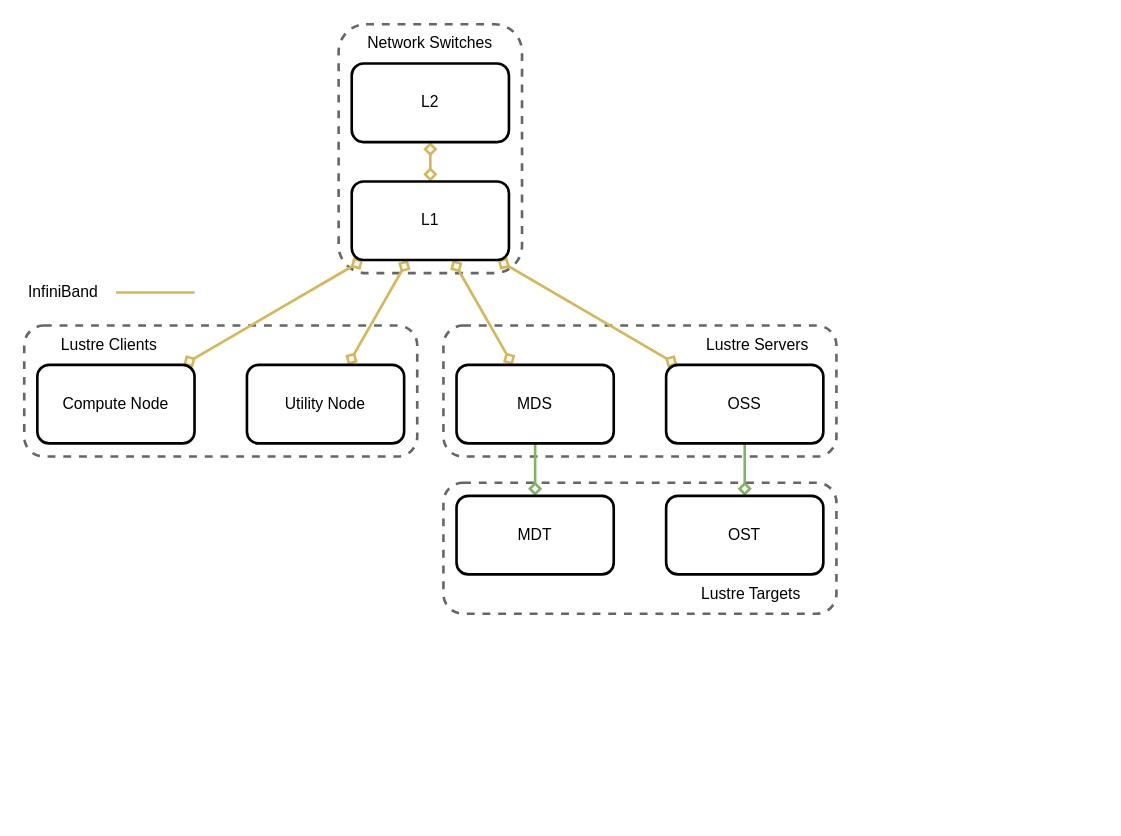
Before: content/figures/puhti-hardware.drawio in jaantollander/masters-thesis, a draw.io diagram. Source tidied: cells renumbered, new cells numbered last; positions are measured from the earlier drawing's top-left corner, leaving out a move shared by most shapes. Both pictures are drawn from the tidied source at 131%, with x=0, y=0 at pixel (24, 24).
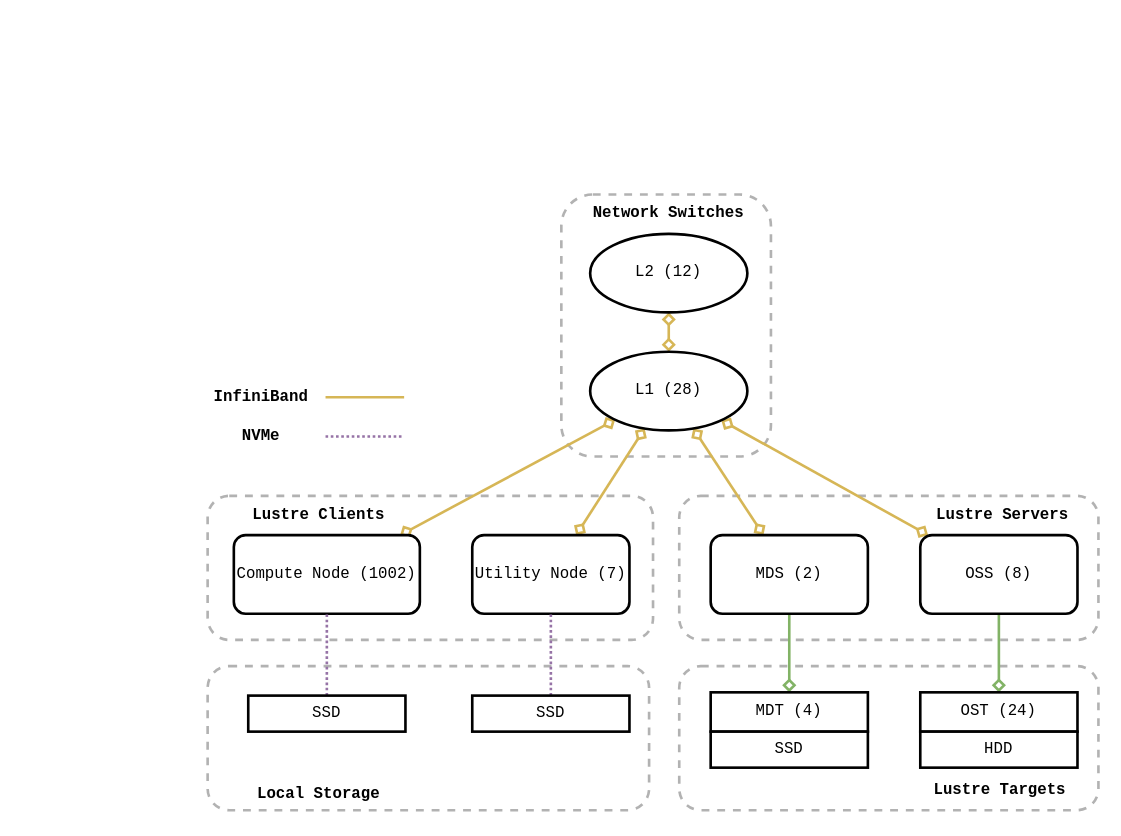
The same page after the edit.

Commit message (it also covers changes not shown here):
puhti configuration

What changed in the source:
```diff
@@
+    <mxCell id="27" style="rounded=1;whiteSpace=wrap;html=1;fillColor=none;dashed=1;fontColor=#333333;strokeColor=#666666;sketch=0;strokeWidth=2;fontFamily=Courier New;opacity=50;" parent="1" vertex="1">
+      <mxGeometry x="140" y="490" width="337" height="110" as="geometry" />
+    </mxCell>
-    <mxCell id="2" style="rounded=1;whiteSpace=wrap;html=1;fillColor=none;dashed=1;fontColor=#333333;strokeColor=#666666;sketch=0;strokeWidth=2;" parent="1" vertex="1">
-      <mxGeometry y="230" width="300" height="100" as="geometry" />
+    <mxCell id="2" style="rounded=1;whiteSpace=wrap;html=1;fillColor=none;dashed=1;fontColor=#333333;strokeColor=#666666;sketch=0;strokeWidth=2;fontFamily=Courier New;opacity=50;" parent="1" vertex="1">
+      <mxGeometry x="140" y="360" width="340" height="110" as="geometry" />
     </mxCell>
-    <mxCell id="3" style="rounded=1;whiteSpace=wrap;html=1;dashed=1;fillColor=none;fontColor=#333333;strokeColor=#666666;sketch=0;strokeWidth=2;" parent="1" vertex="1">
-      <mxGeometry x="320" y="230" width="300" height="100" as="geometry" />
+    <mxCell id="3" style="rounded=1;whiteSpace=wrap;html=1;dashed=1;fillColor=none;fontColor=#333333;strokeColor=#666666;sketch=0;strokeWidth=2;fontFamily=Courier New;opacity=50;" parent="1" vertex="1">
+      <mxGeometry x="500" y="360" width="320" height="110" as="geometry" />
     </mxCell>
-    <mxCell id="4" style="rounded=1;whiteSpace=wrap;html=1;dashed=1;fillColor=none;fontColor=#333333;strokeColor=#666666;sketch=0;strokeWidth=2;" parent="1" vertex="1">
-      <mxGeometry x="320" y="350" width="300" height="100" as="geometry" />
+    <mxCell id="4" style="rounded=1;whiteSpace=wrap;html=1;dashed=1;fillColor=none;fontColor=#333333;strokeColor=#666666;sketch=0;strokeWidth=2;fontFamily=Courier New;opacity=50;" parent="1" vertex="1">
+      <mxGeometry x="500" y="490" width="320" height="110" as="geometry" />
     </mxCell>
-    <mxCell id="5" style="rounded=1;whiteSpace=wrap;html=1;dashed=1;fillColor=none;shadow=0;sketch=0;glass=0;fontColor=#333333;strokeColor=#666666;strokeWidth=2;" parent="1" vertex="1">
-      <mxGeometry x="240" width="140" height="190" as="geometry" />
+    <mxCell id="5" style="rounded=1;whiteSpace=wrap;html=1;dashed=1;fillColor=none;shadow=0;sketch=0;glass=0;fontColor=#333333;strokeColor=#666666;strokeWidth=2;fontFamily=Courier New;opacity=50;" parent="1" vertex="1">
+      <mxGeometry x="410" y="130" width="160" height="200" as="geometry" />
     </mxCell>
-    <mxCell id="6" style="rounded=0;jettySize=auto;html=1;fillColor=#fff2cc;strokeColor=#d6b656;startArrow=diamond;startFill=0;endArrow=diamond;endFill=0;strokeWidth=2;" parent="1" edge="1" source="7" target="17">
+    <mxCell id="6" style="rounded=0;jettySize=auto;html=1;fillColor=#fff2cc;strokeColor=#d6b656;startArrow=diamond;startFill=0;endArrow=diamond;endFill=0;strokeWidth=2;fontFamily=Courier New;" parent="1" edge="1" source="7" target="17">
       <mxGeometry relative="1" as="geometry" />
     </mxCell>
-    <mxCell id="7" value="Compute Node" style="rounded=1;whiteSpace=wrap;html=1;strokeWidth=2;" parent="1" vertex="1">
-      <mxGeometry x="10" y="260" width="120" height="60" as="geometry" />
+    <mxCell id="7" value="Compute Node (1002)" style="rounded=1;whiteSpace=wrap;html=1;strokeWidth=2;fontFamily=Courier New;" parent="1" vertex="1">
+      <mxGeometry x="160" y="390" width="142" height="60" as="geometry" />
     </mxCell>
-    <mxCell id="8" style="edgeStyle=none;rounded=0;jettySize=auto;html=1;fillColor=#fff2cc;strokeColor=#d6b656;endArrow=diamond;endFill=0;strokeWidth=2;startArrow=diamond;startFill=0;" parent="1" edge="1" source="9" target="17">
+    <mxCell id="8" style="edgeStyle=none;rounded=0;jettySize=auto;html=1;fillColor=#fff2cc;strokeColor=#d6b656;endArrow=diamond;endFill=0;strokeWidth=2;startArrow=diamond;startFill=0;fontFamily=Courier New;" parent="1" edge="1" source="9" target="17">
       <mxGeometry relative="1" as="geometry" />
     </mxCell>
-    <mxCell id="9" value="Utility Node" style="rounded=1;whiteSpace=wrap;html=1;strokeWidth=2;" parent="1" vertex="1">
-      <mxGeometry x="170" y="260" width="120" height="60" as="geometry" />
+    <mxCell id="9" value="Utility Node (7)" style="rounded=1;whiteSpace=wrap;html=1;strokeWidth=2;fontFamily=Courier New;" parent="1" vertex="1">
+      <mxGeometry x="342" y="390" width="120" height="60" as="geometry" />
     </mxCell>
-    <mxCell id="10" style="edgeStyle=none;rounded=0;jettySize=auto;html=1;fillColor=#fff2cc;strokeColor=#d6b656;endArrow=diamond;endFill=0;strokeWidth=2;startArrow=diamond;startFill=0;" parent="1" edge="1" source="12" target="17">
+    <mxCell id="10" style="edgeStyle=none;rounded=0;jettySize=auto;html=1;fillColor=#fff2cc;strokeColor=#d6b656;endArrow=diamond;endFill=0;strokeWidth=2;startArrow=diamond;startFill=0;fontFamily=Courier New;" parent="1" edge="1" source="12" target="17">
       <mxGeometry relative="1" as="geometry" />
     </mxCell>
-    <mxCell id="11" style="edgeStyle=none;rounded=0;jettySize=auto;html=1;fillColor=#d5e8d4;strokeColor=#82b366;endArrow=diamond;endFill=0;strokeWidth=2;" parent="1" edge="1" source="12" target="18">
+    <mxCell id="11" style="edgeStyle=none;rounded=0;jettySize=auto;html=1;fillColor=#d5e8d4;strokeColor=#82b366;endArrow=diamond;endFill=0;strokeWidth=2;fontFamily=Courier New;" parent="1" edge="1" source="12" target="18">
       <mxGeometry relative="1" as="geometry" />
     </mxCell>
-    <mxCell id="12" value="MDS" style="rounded=1;whiteSpace=wrap;html=1;strokeWidth=2;" parent="1" vertex="1">
-      <mxGeometry x="330" y="260" width="120" height="60" as="geometry" />
+    <mxCell id="12" value="MDS (2)" style="rounded=1;whiteSpace=wrap;html=1;strokeWidth=2;fontFamily=Courier New;" parent="1" vertex="1">
+      <mxGeometry x="524" y="390" width="120" height="60" as="geometry" />
     </mxCell>
-    <mxCell id="13" style="edgeStyle=none;rounded=0;jettySize=auto;html=1;fillColor=#fff2cc;strokeColor=#d6b656;endArrow=diamond;endFill=0;strokeWidth=2;startArrow=diamond;startFill=0;" parent="1" edge="1" source="15" target="17">
+    <mxCell id="13" style="edgeStyle=none;rounded=0;jettySize=auto;html=1;fillColor=#fff2cc;strokeColor=#d6b656;endArrow=diamond;endFill=0;strokeWidth=2;startArrow=diamond;startFill=0;fontFamily=Courier New;" parent="1" edge="1" source="15" target="17">
       <mxGeometry relative="1" as="geometry" />
     </mxCell>
-    <mxCell id="14" style="edgeStyle=none;rounded=0;jettySize=auto;html=1;entryX=0.5;entryY=0;entryDx=0;entryDy=0;fillColor=#d5e8d4;strokeColor=#82b366;endArrow=diamond;endFill=0;strokeWidth=2;" parent="1" edge="1" source="15" target="19">
+    <mxCell id="14" style="edgeStyle=none;rounded=0;jettySize=auto;html=1;entryX=0.5;entryY=0;entryDx=0;entryDy=0;fillColor=#d5e8d4;strokeColor=#82b366;endArrow=diamond;endFill=0;strokeWidth=2;fontFamily=Courier New;" parent="1" edge="1" source="15" target="19">
       <mxGeometry relative="1" as="geometry" />
     </mxCell>
-    <mxCell id="15" value="OSS" style="rounded=1;whiteSpace=wrap;html=1;strokeWidth=2;" parent="1" vertex="1">
-      <mxGeometry x="490" y="260" width="120" height="60" as="geometry" />
+    <mxCell id="15" value="OSS (8)" style="rounded=1;whiteSpace=wrap;html=1;strokeWidth=2;fontFamily=Courier New;" parent="1" vertex="1">
+      <mxGeometry x="684" y="390" width="120" height="60" as="geometry" />
     </mxCell>
-    <mxCell id="16" style="rounded=0;jettySize=auto;html=1;strokeWidth=2;endArrow=diamond;endFill=0;startArrow=diamond;startFill=0;fillColor=#fff2cc;strokeColor=#d6b656;" parent="1" edge="1" source="17" target="23">
+    <mxCell id="16" style="rounded=0;jettySize=auto;html=1;strokeWidth=2;endArrow=diamond;endFill=0;startArrow=diamond;startFill=0;fillColor=#fff2cc;strokeColor=#d6b656;fontFamily=Courier New;" parent="1" edge="1" source="17" target="23">
       <mxGeometry relative="1" as="geometry" />
     </mxCell>
-    <mxCell id="17" value="&lt;div&gt;L1&lt;/div&gt;" style="rounded=1;whiteSpace=wrap;html=1;strokeWidth=2;" parent="1" vertex="1">
-      <mxGeometry x="250" y="120" width="120" height="60" as="geometry" />
+    <mxCell id="17" value="&lt;div&gt;L1&amp;nbsp;&lt;span style=&quot;background-color: initial;&quot;&gt;(28)&lt;/span&gt;&lt;/div&gt;" style="ellipse;whiteSpace=wrap;html=1;fontFamily=Courier New;fontSize=12;fontColor=default;align=center;strokeColor=default;strokeWidth=2;fillColor=default;" parent="1" vertex="1">
+      <mxGeometry x="432" y="250" width="120" height="60" as="geometry" />
     </mxCell>
-    <mxCell id="18" value="MDT" style="rounded=1;whiteSpace=wrap;html=1;strokeWidth=2;" parent="1" vertex="1">
-      <mxGeometry x="330" y="360" width="120" height="60" as="geometry" />
+    <mxCell id="18" value="MDT (4)" style="rounded=0;whiteSpace=wrap;html=1;fontFamily=Courier New;fontSize=12;fontColor=default;align=center;strokeColor=default;strokeWidth=2;fillColor=default;" parent="1" vertex="1">
+      <mxGeometry x="524" y="510" width="120" height="30" as="geometry" />
     </mxCell>
-    <mxCell id="19" value="OST" style="rounded=1;whiteSpace=wrap;html=1;strokeWidth=2;" parent="1" vertex="1">
-      <mxGeometry x="490" y="360" width="120" height="60" as="geometry" />
+    <mxCell id="19" value="OST (24)" style="rounded=0;whiteSpace=wrap;html=1;fontFamily=Courier New;fontSize=12;fontColor=default;align=center;strokeColor=default;strokeWidth=2;fillColor=default;" parent="1" vertex="1">
+      <mxGeometry x="684" y="510" width="120" height="30" as="geometry" />
     </mxCell>
-    <mxCell id="20" value="Lustre Servers" style="text;html=1;strokeColor=none;fillColor=none;align=center;verticalAlign=middle;whiteSpace=wrap;rounded=0;dashed=1;" parent="1" vertex="1">
-      <mxGeometry x="510" y="230" width="100" height="30" as="geometry" />
+    <mxCell id="20" value="Lustre Servers" style="text;html=1;strokeColor=none;fillColor=none;align=center;verticalAlign=middle;whiteSpace=wrap;rounded=0;dashed=1;fontFamily=Courier New;fontStyle=1;" parent="1" vertex="1">
+      <mxGeometry x="690" y="360" width="114" height="30" as="geometry" />
     </mxCell>
-    <mxCell id="21" value="&lt;div&gt;Lustre Clients&lt;/div&gt;" style="text;html=1;strokeColor=none;fillColor=none;align=center;verticalAlign=middle;whiteSpace=wrap;rounded=0;dashed=1;" parent="1" vertex="1">
-      <mxGeometry y="230" width="130" height="30" as="geometry" />
+    <mxCell id="21" value="&lt;div&gt;Lustre Clients&lt;/div&gt;" style="text;html=1;strokeColor=none;fillColor=none;align=center;verticalAlign=middle;whiteSpace=wrap;rounded=0;dashed=1;fontFamily=Courier New;fontStyle=1;" parent="1" vertex="1">
+      <mxGeometry x="160" y="360" width="130" height="30" as="geometry" />
     </mxCell>
-    <mxCell id="22" value="Lustre Targets" style="text;html=1;strokeColor=none;fillColor=none;align=center;verticalAlign=middle;whiteSpace=wrap;rounded=0;dashed=1;" parent="1" vertex="1">
-      <mxGeometry x="500" y="420" width="110" height="30" as="geometry" />
+    <mxCell id="22" value="Lustre Targets" style="text;html=1;strokeColor=none;fillColor=none;align=center;verticalAlign=middle;whiteSpace=wrap;rounded=0;dashed=1;fontFamily=Courier New;fontStyle=1;" parent="1" vertex="1">
+      <mxGeometry x="684" y="570" width="122" height="30" as="geometry" />
     </mxCell>
-    <mxCell id="23" value="L2" style="rounded=1;whiteSpace=wrap;html=1;fillColor=default;strokeWidth=2;" parent="1" vertex="1">
-      <mxGeometry x="250" y="30" width="120" height="60" as="geometry" />
+    <mxCell id="23" value="L2 (12)" style="ellipse;whiteSpace=wrap;html=1;fontFamily=Courier New;fontSize=12;fontColor=default;align=center;strokeColor=default;strokeWidth=2;fillColor=default;" parent="1" vertex="1">
+      <mxGeometry x="432" y="160" width="120" height="60" as="geometry" />
     </mxCell>
-    <mxCell id="24" value="Network Switches" style="text;html=1;strokeColor=none;fillColor=none;align=center;verticalAlign=middle;whiteSpace=wrap;rounded=0;" parent="1" vertex="1">
-      <mxGeometry x="250" width="120" height="30" as="geometry" />
+    <mxCell id="24" value="Network Switches" style="text;html=1;strokeColor=none;fillColor=none;align=center;verticalAlign=middle;whiteSpace=wrap;rounded=0;fontFamily=Courier New;fontStyle=1;" parent="1" vertex="1">
+      <mxGeometry x="432" y="130" width="120" height="30" as="geometry" />
     </mxCell>
-    <mxCell id="25" value="InfiniBand" style="text;html=1;strokeColor=none;fillColor=none;align=center;verticalAlign=middle;whiteSpace=wrap;rounded=0;shadow=0;glass=0;sketch=1;" parent="1" vertex="1">
-      <mxGeometry y="190" width="60" height="30" as="geometry" />
+    <mxCell id="25" value="InfiniBand" style="text;html=1;strokeColor=none;fillColor=none;align=center;verticalAlign=middle;whiteSpace=wrap;rounded=0;shadow=0;glass=0;sketch=1;fontFamily=Courier New;fontStyle=1;" parent="1" vertex="1">
+      <mxGeometry x="140" y="270" width="82" height="30" as="geometry" />
     </mxCell>
-    <mxCell id="26" style="endArrow=none;html=1;rounded=0;fillColor=#fff2cc;strokeColor=#d6b656;strokeWidth=2;" parent="1" edge="1">
+    <mxCell id="26" style="endArrow=none;html=1;rounded=0;fillColor=#fff2cc;strokeColor=#d6b656;strokeWidth=2;fontFamily=Courier New;" parent="1" edge="1">
       <mxGeometry relative="1" as="geometry">
-        <mxPoint x="70" y="204.8" as="sourcePoint" />
-        <mxPoint x="130" y="204.8" as="targetPoint" />
+        <mxPoint x="230" y="284.7" as="sourcePoint" />
+        <mxPoint x="290" y="284.7" as="targetPoint" />
       </mxGeometry>
     </mxCell>
+    <mxCell id="28" style="edgeStyle=orthogonalEdgeStyle;rounded=0;jettySize=auto;html=1;fontFamily=Courier New;endArrow=none;endFill=0;strokeWidth=2;dashed=1;fillColor=#e1d5e7;strokeColor=#9673a6;dashPattern=1 1;exitX=0.5;exitY=0;exitDx=0;exitDy=0;" parent="1" edge="1" source="34" target="7">
+      <mxGeometry relative="1" as="geometry" />
+    </mxCell>
+    <mxCell id="29" style="edgeStyle=orthogonalEdgeStyle;rounded=0;jettySize=auto;html=1;fontFamily=Courier New;endArrow=none;endFill=0;strokeWidth=2;dashed=1;fillColor=#e1d5e7;strokeColor=#9673a6;dashPattern=1 1;" parent="1" edge="1" source="30" target="9">
+      <mxGeometry relative="1" as="geometry" />
+    </mxCell>
+    <mxCell id="30" value="SSD" style="rounded=0;whiteSpace=wrap;html=1;fontFamily=Courier New;fontSize=12;fontColor=default;align=center;strokeColor=default;strokeWidth=2;fillColor=default;" parent="1" vertex="1">
+      <mxGeometry x="342" y="512.5" width="120" height="27.5" as="geometry" />
+    </mxCell>
+    <mxCell id="31" value="&lt;div&gt;Local Storage&lt;/div&gt;" style="text;html=1;strokeColor=none;fillColor=none;align=center;verticalAlign=middle;whiteSpace=wrap;rounded=0;dashed=1;fontFamily=Courier New;fontStyle=1;" parent="1" vertex="1">
+      <mxGeometry x="160" y="572.5" width="130" height="30" as="geometry" />
+    </mxCell>
+    <mxCell id="32" value="NVMe" style="text;html=1;strokeColor=none;fillColor=none;align=center;verticalAlign=middle;whiteSpace=wrap;rounded=0;shadow=0;glass=0;sketch=1;fontFamily=Courier New;fontStyle=1;" parent="1" vertex="1">
+      <mxGeometry x="140" y="300" width="82" height="30" as="geometry" />
+    </mxCell>
+    <mxCell id="33" style="endArrow=none;html=1;rounded=0;fillColor=#e1d5e7;strokeColor=#9673a6;strokeWidth=2;fontFamily=Courier New;dashed=1;dashPattern=1 1;" parent="1" edge="1">
+      <mxGeometry relative="1" as="geometry">
+        <mxPoint x="230" y="314.7" as="sourcePoint" />
+        <mxPoint x="290" y="314.7" as="targetPoint" />
+      </mxGeometry>
+    </mxCell>
+    <mxCell id="34" value="SSD" style="rounded=0;whiteSpace=wrap;html=1;fontFamily=Courier New;fontSize=12;fontColor=default;align=center;strokeColor=default;strokeWidth=2;fillColor=default;" parent="1" vertex="1">
+      <mxGeometry x="171" y="512.5" width="120" height="27.5" as="geometry" />
+    </mxCell>
+    <mxCell id="35" value="SSD" style="rounded=0;whiteSpace=wrap;html=1;fontFamily=Courier New;fontSize=12;fontColor=default;align=center;strokeColor=default;strokeWidth=2;fillColor=default;" parent="1" vertex="1">
+      <mxGeometry x="524" y="540" width="120" height="27.5" as="geometry" />
+    </mxCell>
+    <mxCell id="36" value="HDD" style="rounded=0;whiteSpace=wrap;html=1;fontFamily=Courier New;fontSize=12;fontColor=default;align=center;strokeColor=default;strokeWidth=2;fillColor=default;" parent="1" vertex="1">
+      <mxGeometry x="684" y="540" width="120" height="27.5" as="geometry" />
+    </mxCell>
```
